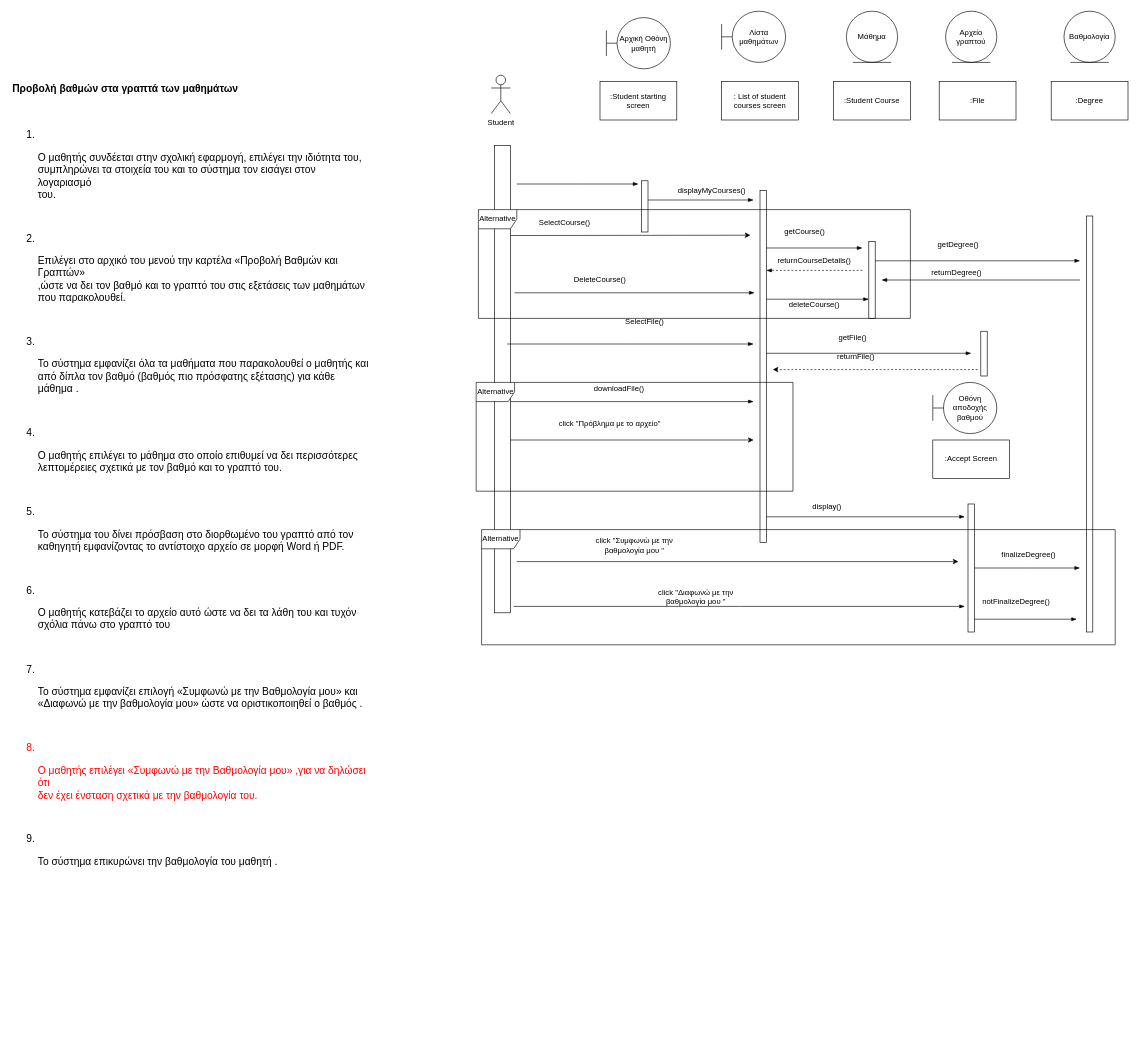
m1kemp/School-Hero keeps this draw.io diagram as Παραδοτέο4/sequence_Student1.drawio. Above is the earlier version. Source tidied: cells renumbered, new cells numbered last; positions are measured from the earlier drawing's top-left corner, leaving out a move shared by most shapes. Both pictures are drawn from the tidied source at 64%, with x=0, y=0 at pixel (11, 11).
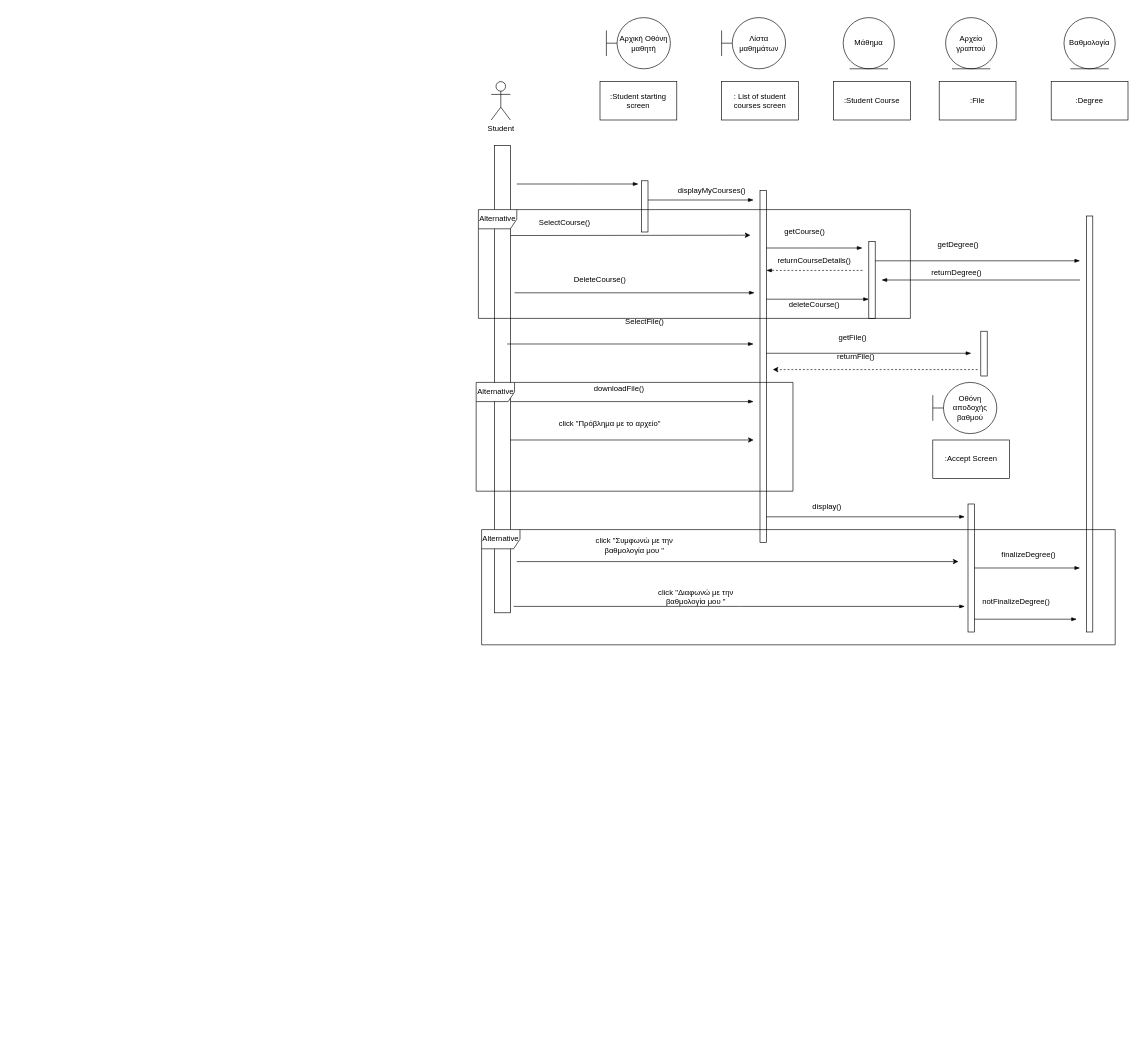
The same page after the edit.

Change to the diagram source:
```diff
@@
-    <mxCell id="2" value="&lt;div title=&quot;Page 7&quot; class=&quot;page&quot;&gt;&#10;   &lt;div class=&quot;layoutArea&quot;&gt;&#10;    &lt;div class=&quot;column&quot;&gt;&#10;     &lt;p&gt;&lt;span style=&quot;font-size: 12.000000pt; font-family: 'Calibri'; font-weight: 700&quot;&gt;Προβολή βαθμών στα γραπτά των μαθημάτων&#10;&lt;/span&gt;&lt;/p&gt;&#10;     &lt;ol style=&quot;list-style-type: decimal&quot;&gt;&#10;      &lt;li style=&quot;font-size: 12.000000pt; font-family: 'Calibri'&quot;&gt;&#10;       &lt;p&gt;&lt;span style=&quot;font-size: 12.000000pt; font-family: 'Calibri'&quot;&gt;Ο μαθητής συνδέεται στην σχολική εφαρμογή, επιλέγει την ιδιότητα του,&#10;συμπληρώνει τα στοιχεία του και το σύστημα τον εισάγει στον λογαριασμό&#10;του.&#10;&lt;/span&gt;&lt;/p&gt;&#10;      &lt;/li&gt;&#10;      &lt;li style=&quot;font-size: 12.000000pt; font-family: 'Calibri'&quot;&gt;&#10;       &lt;p&gt;&lt;span style=&quot;font-size: 12.000000pt; font-family: 'Calibri'&quot;&gt;Επιλέγει στο αρχικό του μενού την καρτέλα «Προβολή Βαθμών και Γραπτών»&#10;,ώστε να δει τον βαθμό και το γραπτό του στις εξετάσεις των μαθημάτων&#10;που παρακολουθεί.&#10;&lt;/span&gt;&lt;/p&gt;&#10;      &lt;/li&gt;&#10;      &lt;li style=&quot;font-size: 12.000000pt; font-family: 'Calibri'&quot;&gt;&#10;       &lt;p&gt;&lt;span style=&quot;font-size: 12.000000pt; font-family: 'Calibri'&quot;&gt;Το σύστημα εμφανίζει όλα τα μαθήματα που παρακολουθεί ο μαθητής και&#10;από δίπλα τον βαθμό (βαθμός πιο πρόσφατης εξέτασης) για κάθε μάθημα .&#10;&lt;/span&gt;&lt;/p&gt;&#10;      &lt;/li&gt;&#10;      &lt;li style=&quot;font-size: 12.000000pt; font-family: 'Calibri'&quot;&gt;&#10;       &lt;p&gt;&lt;span style=&quot;font-size: 12.000000pt; font-family: 'Calibri'&quot;&gt;Ο μαθητής επιλέγει το μάθημα στο οποίο επιθυμεί να δει περισσότερες&#10;λεπτομέρειες σχετικά με τον βαθμό και το γραπτό του.&#10;&lt;/span&gt;&lt;/p&gt;&#10;      &lt;/li&gt;&#10;      &lt;li style=&quot;font-size: 12.000000pt; font-family: 'Calibri'&quot;&gt;&#10;       &lt;p&gt;&lt;span style=&quot;font-size: 12.000000pt; font-family: 'Calibri'&quot;&gt;Το σύστημα του δίνει πρόσβαση στο διορθωμένο του γραπτό από τον&#10;καθηγητή εμφανίζοντας το αντίστοιχο αρχείο σε μορφή Word ή PDF.&#10;&lt;/span&gt;&lt;/p&gt;&#10;      &lt;/li&gt;&#10;      &lt;li style=&quot;font-size: 12.000000pt; font-family: 'Calibri'&quot;&gt;&#10;       &lt;p&gt;&lt;span style=&quot;font-size: 12.000000pt; font-family: 'Calibri'&quot;&gt;Ο μαθητής κατεβάζει το αρχείο αυτό ώστε να δει τα λάθη του και τυχόν&#10;σχόλια πάνω στο γραπτό του&#10;&lt;/span&gt;&lt;/p&gt;&#10;      &lt;/li&gt;&#10;      &lt;li style=&quot;font-size: 12.000000pt; font-family: 'Calibri'&quot;&gt;&#10;       &lt;p&gt;&lt;span style=&quot;font-size: 12.000000pt; font-family: 'Calibri'&quot;&gt;Το σύστημα εμφανίζει επιλογή «Συμφωνώ με την Βαθμολογία μου» και&#10;«Διαφωνώ με την βαθμολογία μου» ώστε να οριστικοποιηθεί ο βαθμός .&#10;&lt;/span&gt;&lt;/p&gt;&#10;      &lt;/li&gt;&#10;      &lt;li style=&quot;font-size: 12.000000pt; font-family: 'Calibri'; color: rgb(100.000000%, 0.000000%, 0.000000%)&quot;&gt;&#10;       &lt;p&gt;&lt;span style=&quot;font-size: 12.000000pt; font-family: 'Calibri'; color: rgb(100.000000%, 0.000000%, 0.000000%)&quot;&gt;Ο μαθητής επιλέγει «Συμφωνώ με την Βαθμολογία μου» ,για να δηλώσει ότι&#10;δεν έχει ένσταση σχετικά με την βαθμολογία του.&#10;&lt;/span&gt;&lt;/p&gt;&#10;      &lt;/li&gt;&#10;      &lt;li style=&quot;font-size: 12.000000pt; font-family: 'Calibri'&quot;&gt;&#10;       &lt;p&gt;&lt;span style=&quot;font-size: 12.000000pt; font-family: 'Calibri'&quot;&gt;Το σύστημα επικυρώνει την βαθμολογία του μαθητή .&#10;&lt;/span&gt;&lt;/p&gt;&#10;      &lt;/li&gt;&#10;     &lt;/ol&gt;&#10;    &lt;/div&gt;&#10;   &lt;/div&gt;&#10;  &lt;/div&gt;" style="text;whiteSpace=wrap;html=1;" parent="1" vertex="1">
-      <mxGeometry y="50" width="560" height="1560" as="geometry" />
-    </mxCell>
     <mxCell id="3" value="Student" style="shape=umlActor;verticalLabelPosition=bottom;verticalAlign=top;html=1;" parent="1" vertex="1">
-      <mxGeometry x="750" y="100" width="30" height="60" as="geometry" />
+      <mxGeometry x="750" y="110" width="30" height="60" as="geometry" />
     </mxCell>
     <mxCell id="4" value="Αρχείο γραπτού" style="ellipse;shape=umlEntity;whiteSpace=wrap;html=1;" parent="1" vertex="1">
-      <mxGeometry x="1460" width="80" height="80" as="geometry" />
+      <mxGeometry x="1460" y="10" width="80" height="80" as="geometry" />
     </mxCell>
     <mxCell id="5" value="Βαθμολογία" style="ellipse;shape=umlEntity;whiteSpace=wrap;html=1;" parent="1" vertex="1">
-      <mxGeometry x="1645" width="80" height="80" as="geometry" />
+      <mxGeometry x="1645" y="10" width="80" height="80" as="geometry" />
     </mxCell>
@@
     <mxCell id="24" value="Λίστα μαθημάτων" style="shape=umlBoundary;whiteSpace=wrap;html=1;" parent="1" vertex="1">
-      <mxGeometry x="1110" width="100" height="80" as="geometry" />
+      <mxGeometry x="1110" y="10" width="100" height="80" as="geometry" />
     </mxCell>
     <mxCell id="25" value="Μάθημα" style="ellipse;shape=umlEntity;whiteSpace=wrap;html=1;" parent="1" vertex="1">
-      <mxGeometry x="1305" width="80" height="80" as="geometry" />
+      <mxGeometry x="1300" y="10" width="80" height="80" as="geometry" />
     </mxCell>
```
